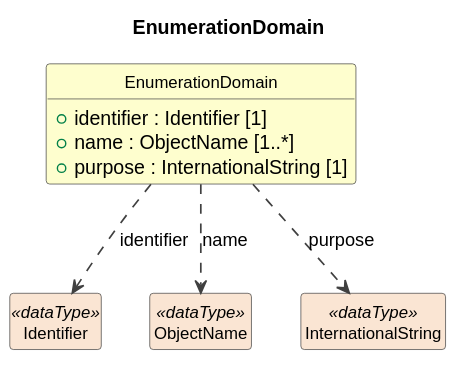
Cross-Domain-Interoperability-Framework/metadataBuildingBlocks keeps this PlantUML diagram as build/plantuml/cdifDataStructure/Classes/EnumerationDomain.svg. Above is the earlier version.
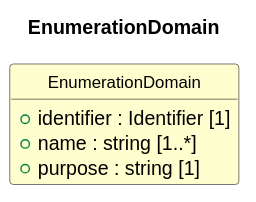
Above is the later version.

Diff of the diagram source:
```diff
@@ -12,13 +12,7 @@
 
 class "EnumerationDomain" as EnumerationDomain #FEFECE {
   +identifier : Identifier [1]
-  +name : ObjectName [1..*]
-  +purpose : InternationalString [1]
+  +name : string [1..*]
+  +purpose : string [1]
 }
-class "Identifier" as Identifier <<dataType>> #FAE5D3
-EnumerationDomain ..> Identifier : identifier
-class "ObjectName" as ObjectName <<dataType>> #FAE5D3
-EnumerationDomain ..> ObjectName : name
-class "InternationalString" as InternationalString <<dataType>> #FAE5D3
-EnumerationDomain ..> InternationalString : purpose
 @enduml
```
